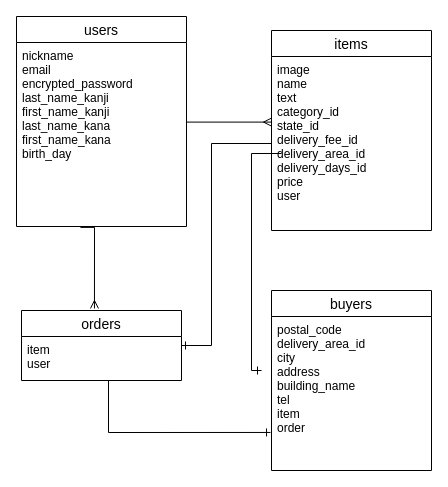
Above: furimaE-R.dio in shima159753/furima-34376 (draw.io), before the change. Source tidied: cells renumbered, new cells numbered last; positions are measured from the earlier drawing's top-left corner, leaving out a move shared by most shapes. Both pictures are drawn from the tidied source at 100%, with x=0, y=0 at pixel (16, 16).
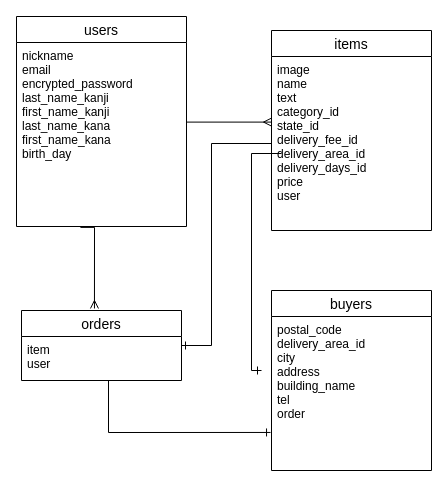
Above is the later version.

Commit message (it also covers changes not shown here):
データベース修正2

Unchanged cells that the change refers to:
```xml
<mxCell id="6" value="buyers" style="swimlane;fontStyle=0;horizontal=1;startSize=26;align=center;fontSize=14;" parent="1" vertex="1">
  <mxGeometry x="255" y="274" width="160" height="180" as="geometry" />
</mxCell>
```

The edit, as a diff of the source:
```diff
@@
-    <mxCell id="7" value="postal_code&#10;delivery_area_id&#10;city&#10;address&#10;building_name&#10;tel&#10;item&#10;order" style="text;strokeColor=none;fillColor=none;spacingLeft=4;spacingRight=4;overflow=hidden;points=[[0,0.5],[1,0.5]];portConstraint=eastwest;fontSize=12;" parent="6" vertex="1">
+    <mxCell id="7" value="postal_code&#10;delivery_area_id&#10;city&#10;address&#10;building_name&#10;tel&#10;order" style="text;strokeColor=none;fillColor=none;spacingLeft=4;spacingRight=4;overflow=hidden;points=[[0,0.5],[1,0.5]];portConstraint=eastwest;fontSize=12;" parent="6" vertex="1">
       <mxGeometry y="26" width="160" height="154" as="geometry" />
     </mxCell>
```
